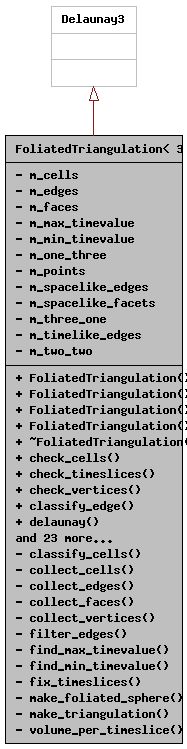
Above: class_foliated_triangulation_3_013_01_4__coll__graph.png in acgetchell/CDT-plusplus (Graphviz), before the change. Its source is kept beside it as class_foliated_triangulation_3_013_01_4__coll__graph.dot. Source of this version:
```dot
digraph "FoliatedTriangulation&lt; 3 &gt;"
{
  edge [fontname="Helvetica",fontsize="10",labelfontname="Helvetica",labelfontsize="10"];
  node [fontname="Helvetica",fontsize="10",shape=record];
  Node1 [label="{FoliatedTriangulation\< 3 \>\n|- m_cells\l- m_edges\l- m_faces\l- m_max_timevalue\l- m_min_timevalue\l- m_one_three\l- m_points\l- m_spacelike_edges\l- m_spacelike_facets\l- m_three_one\l- m_timelike_edges\l- m_two_two\l|+ FoliatedTriangulation()\l+ FoliatedTriangulation()\l+ FoliatedTriangulation()\l+ FoliatedTriangulation()\l+ ~FoliatedTriangulation()\l+ check_cells()\l+ check_timeslices()\l+ check_vertices()\l+ classify_edge()\l+ delaunay()\land 23 more...\l- classify_cells()\l- collect_cells()\l- collect_edges()\l- collect_faces()\l- collect_vertices()\l- filter_edges()\l- find_max_timevalue()\l- find_min_timevalue()\l- fix_timeslices()\l- make_foliated_sphere()\l- make_triangulation()\l- volume_per_timeslice()\l}",height=0.2,width=0.4,color="black", fillcolor="grey75", style="filled", fontcolor="black",tooltip="3D Triangulation"];
  Node2 -> Node1 [dir="back",color="firebrick4",fontsize="10",style="solid",arrowtail="onormal",fontname="Helvetica"];
  Node2 [label="{Delaunay3\n||}",height=0.2,width=0.4,color="grey75", fillcolor="white", style="filled",tooltip=" "];
}
```
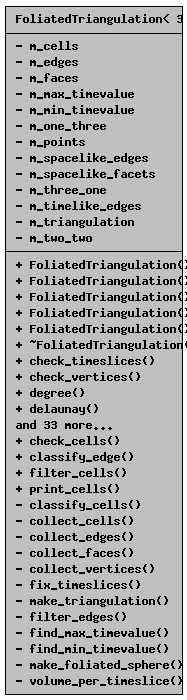
Later version of the same file.

What changed in the source:
```diff
@@ -2,7 +2,5 @@
 {
   edge [fontname="Helvetica",fontsize="10",labelfontname="Helvetica",labelfontsize="10"];
   node [fontname="Helvetica",fontsize="10",shape=record];
-  Node1 [label="{FoliatedTriangulation\< 3 \>\n|- m_cells\l- m_edges\l- m_faces\l- m_max_timevalue\l- m_min_timevalue\l- m_one_three\l- m_points\l- m_spacelike_edges\l- m_spacelike_facets\l- m_three_one\l- m_timelike_edges\l- m_two_two\l|+ FoliatedTriangulation()\l+ FoliatedTriangulation()\l+ FoliatedTriangulation()\l+ FoliatedTriangulation()\l+ ~FoliatedTriangulation()\l+ check_cells()\l+ check_timeslices()\l+ check_vertices()\l+ classify_edge()\l+ delaunay()\land 23 more...\l- classify_cells()\l- collect_cells()\l- collect_edges()\l- collect_faces()\l- collect_vertices()\l- filter_edges()\l- find_max_timevalue()\l- find_min_timevalue()\l- fix_timeslices()\l- make_foliated_sphere()\l- make_triangulation()\l- volume_per_timeslice()\l}",height=0.2,width=0.4,color="black", fillcolor="grey75", style="filled", fontcolor="black",tooltip="3D Triangulation"];
-  Node2 -> Node1 [dir="back",color="firebrick4",fontsize="10",style="solid",arrowtail="onormal",fontname="Helvetica"];
-  Node2 [label="{Delaunay3\n||}",height=0.2,width=0.4,color="grey75", fillcolor="white", style="filled",tooltip=" "];
+  Node1 [label="{FoliatedTriangulation\< 3 \>\n|- m_cells\l- m_edges\l- m_faces\l- m_max_timevalue\l- m_min_timevalue\l- m_one_three\l- m_points\l- m_spacelike_edges\l- m_spacelike_facets\l- m_three_one\l- m_timelike_edges\l- m_triangulation\l- m_two_two\l|+ FoliatedTriangulation()\l+ FoliatedTriangulation()\l+ FoliatedTriangulation()\l+ FoliatedTriangulation()\l+ FoliatedTriangulation()\l+ ~FoliatedTriangulation()\l+ check_timeslices()\l+ check_vertices()\l+ degree()\l+ delaunay()\land 33 more...\l+ check_cells()\l+ classify_edge()\l+ filter_cells()\l+ print_cells()\l- classify_cells()\l- collect_cells()\l- collect_edges()\l- collect_faces()\l- collect_vertices()\l- fix_timeslices()\l- make_triangulation()\l- filter_edges()\l- find_max_timevalue()\l- find_min_timevalue()\l- make_foliated_sphere()\l- volume_per_timeslice()\l}",height=0.2,width=0.4,color="black", fillcolor="grey75", style="filled", fontcolor="black",tooltip="3D Triangulation"];
 }
```
